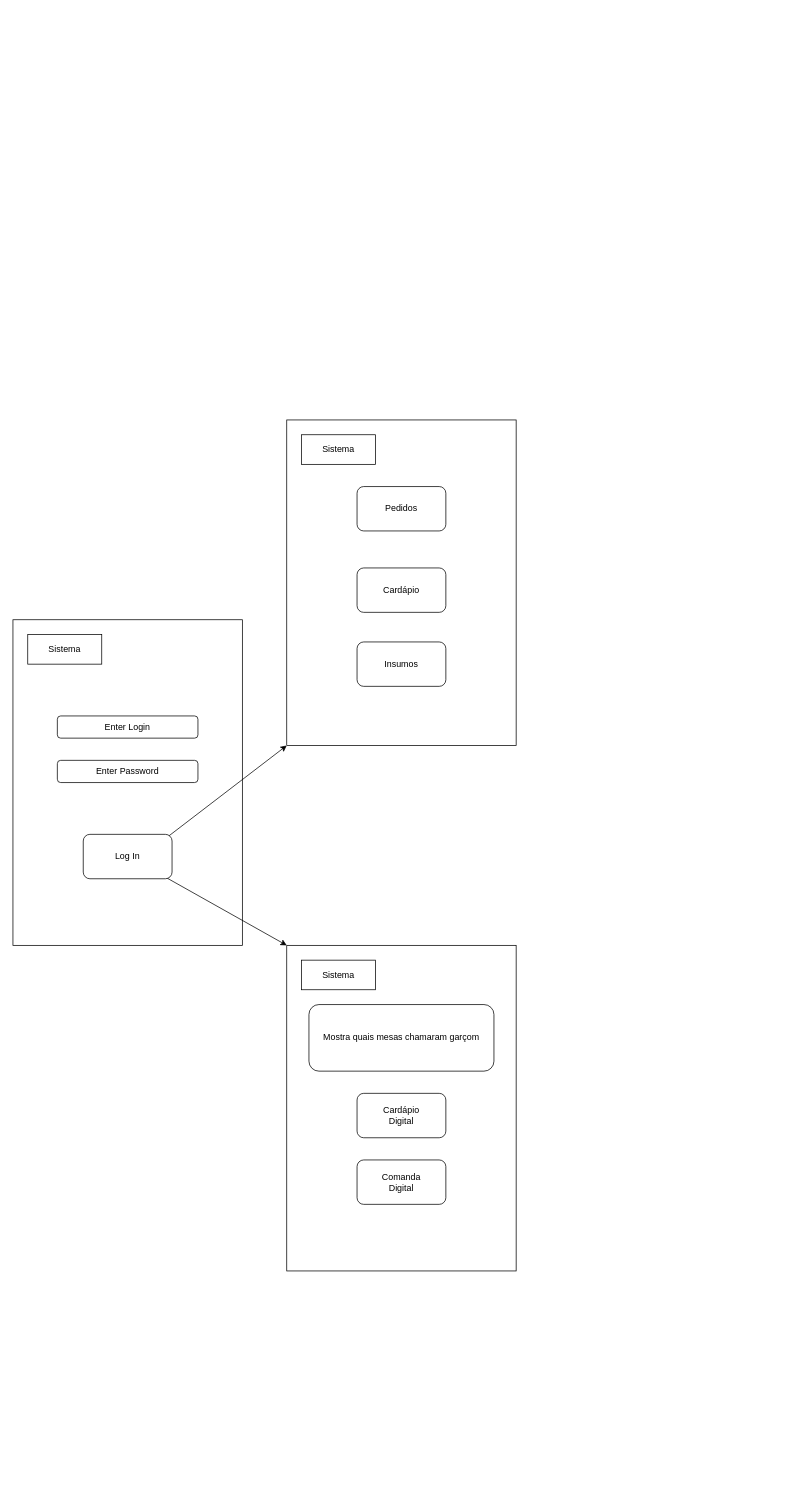
The draw.io diagram documentos/diagramas/Diagrama sem nome.drawio in DougzCD/JCRESW1, before the edit. Source tidied: cells renumbered, new cells numbered last; positions are measured from the earlier drawing's top-left corner, leaving out a move shared by most shapes. Both pictures are drawn from the tidied source at 74%, with x=0, y=0 at pixel (13, 420).
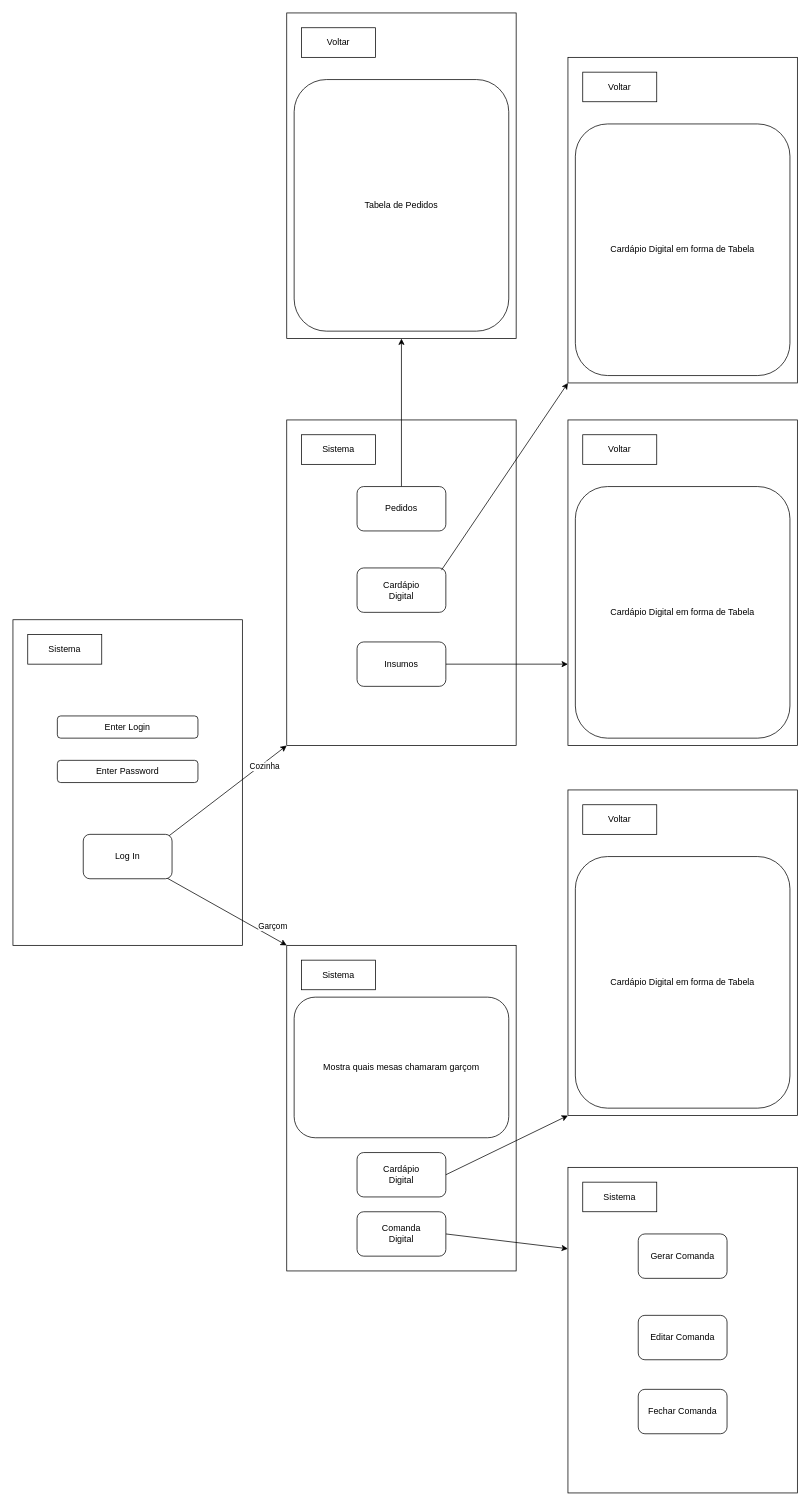
The same diagram, later.

The change refers to these unchanged cells:
```xml
<mxCell id="6" style="rounded=0;jettySize=auto;html=1;exitX=0.942;exitY=0.983;exitDx=0;exitDy=0;entryX=0;entryY=0;entryDx=0;entryDy=0;exitPerimeter=0;" parent="1" edge="1" source="8" target="9">
  <mxGeometry relative="1" as="geometry" />
</mxCell>
<mxCell id="7" style="rounded=0;jettySize=auto;html=1;exitX=0.933;exitY=0.083;exitDx=0;exitDy=0;entryX=0;entryY=1;entryDx=0;entryDy=0;exitPerimeter=0;" parent="1" edge="1" source="8" target="12">
  <mxGeometry relative="1" as="geometry" />
</mxCell>
<mxCell id="17" value="Insumos" style="rounded=1;whiteSpace=wrap;html=1;" parent="1" vertex="1">
  <mxGeometry x="465" y="300" width="120" height="60" as="geometry" />
</mxCell>
<mxCell id="18" value="Pedidos" style="rounded=1;whiteSpace=wrap;html=1;" parent="1" vertex="1">
  <mxGeometry x="465" y="90" width="120" height="60" as="geometry" />
</mxCell>
```

The edit, as a diff of the source:
```diff
@@
+    <mxCell id="19" value="Garçom" style="edgeLabel;html=1;align=center;verticalAlign=middle;" parent="6" vertex="1">
+      <mxGeometry x="0.39" y="-1" relative="1" as="geometry">
+        <mxPoint x="30" as="offset" />
+      </mxGeometry>
+    </mxCell>
@@
+    <mxCell id="20" value="Cozinha" style="edgeLabel;html=1;align=center;verticalAlign=middle;" parent="7" vertex="1">
+      <mxGeometry x="0.53" y="3" relative="1" as="geometry">
+        <mxPoint x="10" as="offset" />
+      </mxGeometry>
+    </mxCell>
@@
     <mxCell id="11" value="Mostra quais mesas chamaram garçom" style="rounded=1;whiteSpace=wrap;html=1;" parent="1" vertex="1">
-      <mxGeometry x="400" y="790" width="250" height="90" as="geometry" />
+      <mxGeometry x="380" y="780" width="290" height="190" as="geometry" />
     </mxCell>
@@
-    <mxCell id="14" value="Cardápio" style="rounded=1;whiteSpace=wrap;html=1;" parent="1" vertex="1">
+    <mxCell id="14" value="Cardápio&lt;div&gt;Digital&lt;/div&gt;" style="rounded=1;whiteSpace=wrap;html=1;" parent="1" vertex="1">
       <mxGeometry x="465" y="200" width="120" height="60" as="geometry" />
     </mxCell>
     <mxCell id="15" value="Cardápio&lt;div&gt;Digital&lt;/div&gt;" style="rounded=1;whiteSpace=wrap;html=1;" parent="1" vertex="1">
-      <mxGeometry x="465" y="910" width="120" height="60" as="geometry" />
+      <mxGeometry x="465" y="990" width="120" height="60" as="geometry" />
     </mxCell>
+    <mxCell id="21" style="rounded=0;jettySize=auto;html=1;exitX=1;exitY=0.5;exitDx=0;exitDy=0;entryX=0;entryY=0.25;entryDx=0;entryDy=0;" parent="1" edge="1" source="16" target="38">
+      <mxGeometry relative="1" as="geometry" />
+    </mxCell>
     <mxCell id="16" value="Comanda&lt;br&gt;Digital" style="rounded=1;whiteSpace=wrap;html=1;" parent="1" vertex="1">
-      <mxGeometry x="465" y="1000" width="120" height="60" as="geometry" />
+      <mxGeometry x="465" y="1070" width="120" height="60" as="geometry" />
     </mxCell>
+    <mxCell id="22" style="edgeStyle=orthogonalEdgeStyle;rounded=0;jettySize=auto;html=1;exitX=1;exitY=0.5;exitDx=0;exitDy=0;entryX=0;entryY=0.75;entryDx=0;entryDy=0;" parent="1" edge="1" source="17" target="31">
+      <mxGeometry relative="1" as="geometry" />
+    </mxCell>
@@
+    <mxCell id="23" style="edgeStyle=orthogonalEdgeStyle;rounded=0;jettySize=auto;html=1;exitX=0.5;exitY=0;exitDx=0;exitDy=0;entryX=0.5;entryY=1;entryDx=0;entryDy=0;" parent="1" edge="1" source="18" target="25">
+      <mxGeometry relative="1" as="geometry" />
+    </mxCell>
+    <mxCell id="24" style="rounded=0;jettySize=auto;html=1;entryX=0;entryY=1;entryDx=0;entryDy=0;exitX=0.95;exitY=0.05;exitDx=0;exitDy=0;exitPerimeter=0;" parent="1" edge="1" source="14" target="28">
+      <mxGeometry relative="1" as="geometry" />
+    </mxCell>
@@
+    <mxCell id="25" style="rounded=0;whiteSpace=wrap;html=1;" parent="1" vertex="1">
+      <mxGeometry x="370" y="-550" width="310" height="440" as="geometry" />
+    </mxCell>
+    <mxCell id="26" value="Voltar" style="rounded=0;whiteSpace=wrap;html=1;" parent="1" vertex="1">
+      <mxGeometry x="390" y="-530" width="100" height="40" as="geometry" />
+    </mxCell>
+    <mxCell id="27" value="Tabela de Pedidos" style="rounded=1;whiteSpace=wrap;html=1;" parent="1" vertex="1">
+      <mxGeometry x="380" y="-460" width="290" height="340" as="geometry" />
+    </mxCell>
+    <mxCell id="28" style="rounded=0;whiteSpace=wrap;html=1;" parent="1" vertex="1">
+      <mxGeometry x="750" y="-490" width="310" height="440" as="geometry" />
+    </mxCell>
+    <mxCell id="29" value="Voltar" style="rounded=0;whiteSpace=wrap;html=1;" parent="1" vertex="1">
+      <mxGeometry x="770" y="-470" width="100" height="40" as="geometry" />
+    </mxCell>
+    <mxCell id="30" value="Cardápio Digital em forma de Tabela" style="rounded=1;whiteSpace=wrap;html=1;" parent="1" vertex="1">
+      <mxGeometry x="760" y="-400" width="290" height="340" as="geometry" />
+    </mxCell>
+    <mxCell id="31" style="rounded=0;whiteSpace=wrap;html=1;" parent="1" vertex="1">
+      <mxGeometry x="750" width="310" height="440" as="geometry" />
+    </mxCell>
+    <mxCell id="32" value="Voltar" style="rounded=0;whiteSpace=wrap;html=1;" parent="1" vertex="1">
+      <mxGeometry x="770" y="20" width="100" height="40" as="geometry" />
+    </mxCell>
+    <mxCell id="33" value="Cardápio Digital em forma de Tabela" style="rounded=1;whiteSpace=wrap;html=1;" parent="1" vertex="1">
+      <mxGeometry x="760" y="90" width="290" height="340" as="geometry" />
+    </mxCell>
+    <mxCell id="34" style="rounded=0;whiteSpace=wrap;html=1;" parent="1" vertex="1">
+      <mxGeometry x="750" y="500" width="310" height="440" as="geometry" />
+    </mxCell>
+    <mxCell id="35" value="Voltar" style="rounded=0;whiteSpace=wrap;html=1;" parent="1" vertex="1">
+      <mxGeometry x="770" y="520" width="100" height="40" as="geometry" />
+    </mxCell>
+    <mxCell id="36" value="Cardápio Digital em forma de Tabela" style="rounded=1;whiteSpace=wrap;html=1;" parent="1" vertex="1">
+      <mxGeometry x="760" y="590" width="290" height="340" as="geometry" />
+    </mxCell>
+    <mxCell id="37" style="rounded=0;jettySize=auto;html=1;exitX=1;exitY=0.5;exitDx=0;exitDy=0;entryX=0;entryY=1;entryDx=0;entryDy=0;" parent="1" edge="1" source="15" target="34">
+      <mxGeometry relative="1" as="geometry" />
+    </mxCell>
+    <mxCell id="38" style="rounded=0;whiteSpace=wrap;html=1;" parent="1" vertex="1">
+      <mxGeometry x="750" y="1010" width="310" height="440" as="geometry" />
+    </mxCell>
+    <mxCell id="39" value="Sistema" style="rounded=0;whiteSpace=wrap;html=1;" parent="1" vertex="1">
+      <mxGeometry x="770" y="1030" width="100" height="40" as="geometry" />
+    </mxCell>
+    <mxCell id="40" value="Editar Comanda" style="rounded=1;whiteSpace=wrap;html=1;" parent="1" vertex="1">
+      <mxGeometry x="845" y="1210" width="120" height="60" as="geometry" />
+    </mxCell>
+    <mxCell id="41" value="Fechar Comanda" style="rounded=1;whiteSpace=wrap;html=1;" parent="1" vertex="1">
+      <mxGeometry x="845" y="1310" width="120" height="60" as="geometry" />
+    </mxCell>
+    <mxCell id="42" value="Gerar Comanda" style="rounded=1;whiteSpace=wrap;html=1;" parent="1" vertex="1">
+      <mxGeometry x="845" y="1100" width="120" height="60" as="geometry" />
+    </mxCell>
```
